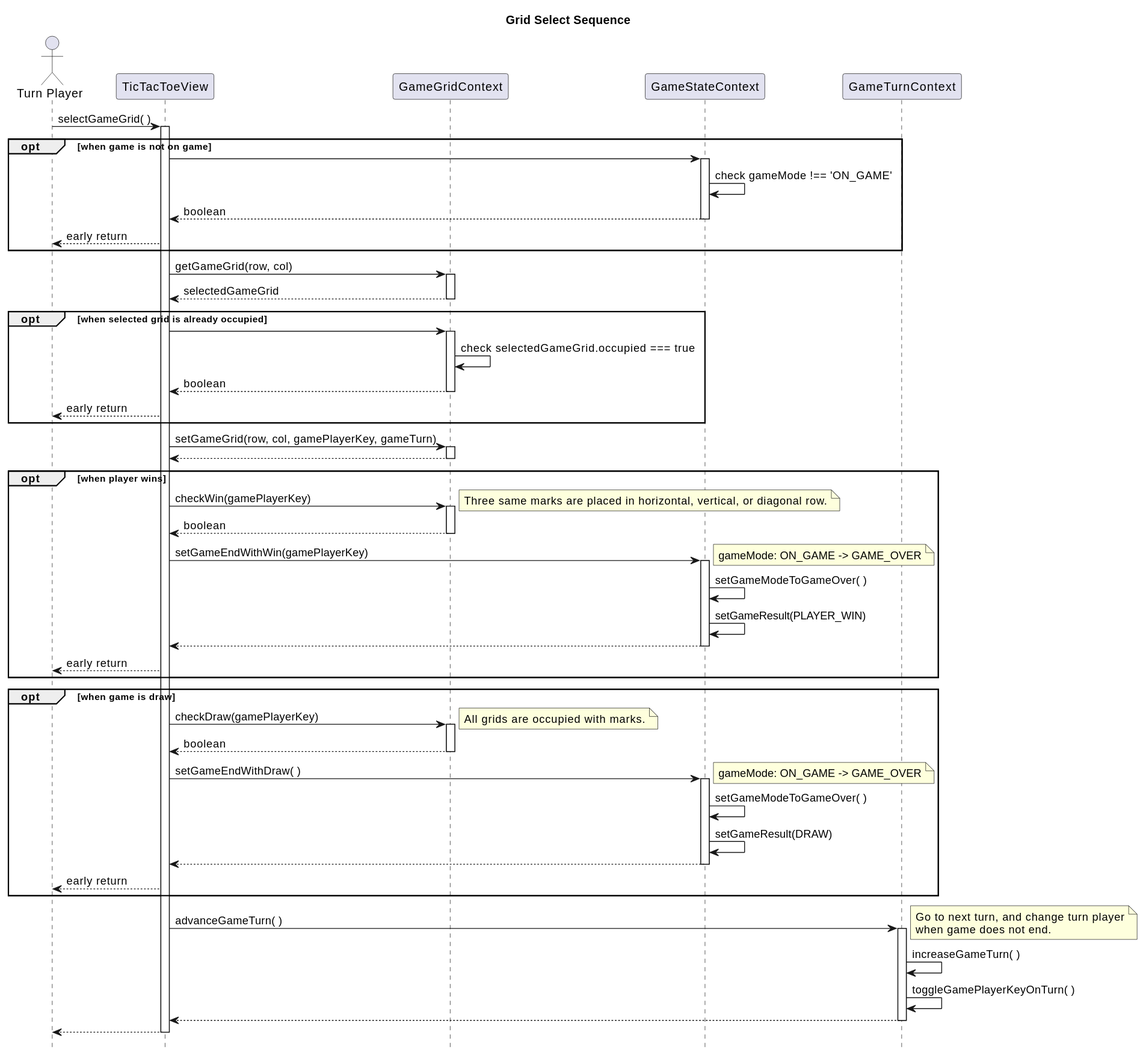
This is tic-tac-toe/doc/selectGameGrid.svg from hi2k1978/react-samples, a PlantUML export, as it was before one commit.
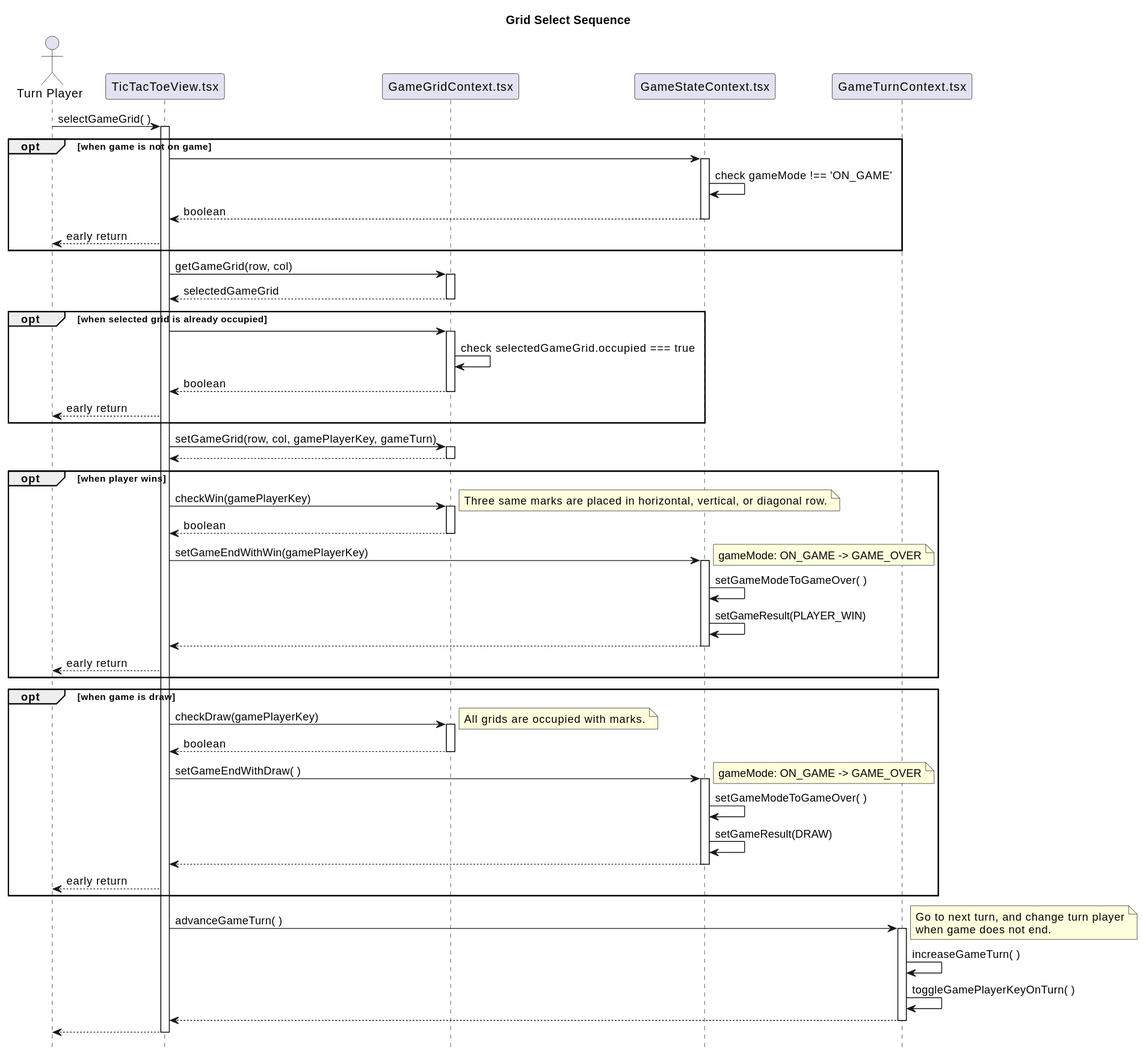
Later version of the same file.

What changed in the source:
```diff
@@ -3,10 +3,10 @@
 hide footbox
 
 Actor "Turn Player" as Player
-participant "TicTacToeView" as TicTacToeView
-participant "GameGridContext" as GameGrid
-participant "GameStateContext" as GameState
-participant "GameTurnContext" as GameTurn
+participant "TicTacToeView.tsx" as TicTacToeView
+participant "GameGridContext.tsx" as GameGrid
+participant "GameStateContext.tsx" as GameState
+participant "GameTurnContext.tsx" as GameTurn
 
 Player -> TicTacToeView: selectGameGrid( )
 activate TicTacToeView
```
